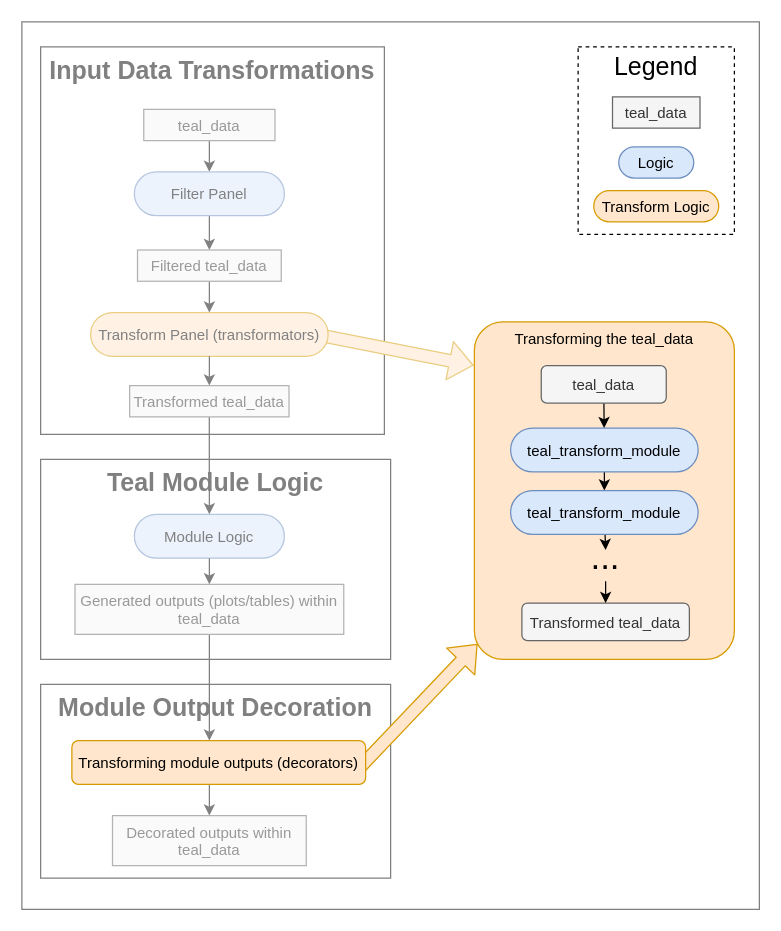
The draw.io diagram inst/design/teal-transform-module-decorators.drawio in insightsengineering/teal, before the edit. Source tidied: cells renumbered, new cells numbered last; positions are measured from the earlier drawing's top-left corner, leaving out a move shared by most shapes. Both pictures are drawn from the tidied source at 125%, with x=0, y=0 at pixel (21, 21).
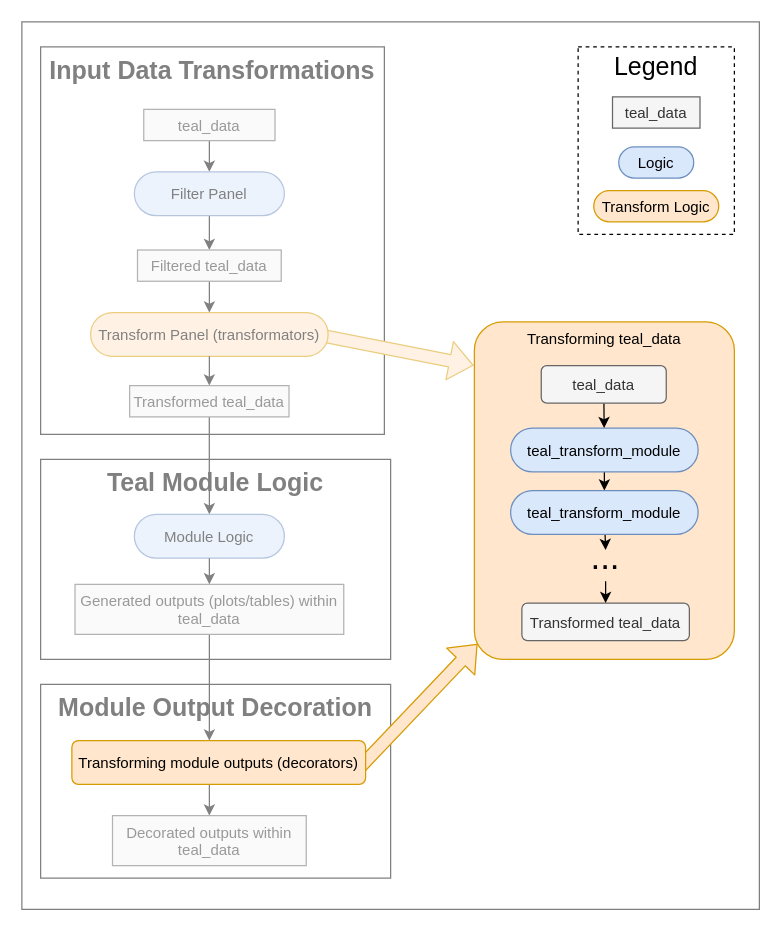
Above is the later version.

What changed in the source:
```diff
@@
-    <mxCell id="25" value="Transforming the teal_data" style="rounded=1;fillColor=#ffe6cc;strokeColor=#d79b00;arcSize=11;verticalAlign=top;" parent="1" vertex="1">
+    <mxCell id="25" value="Transforming teal_data" style="rounded=1;fillColor=#ffe6cc;strokeColor=#d79b00;arcSize=11;verticalAlign=top;" parent="1" vertex="1">
       <mxGeometry x="362" y="240" width="208" height="270" as="geometry" />
     </mxCell>
```
